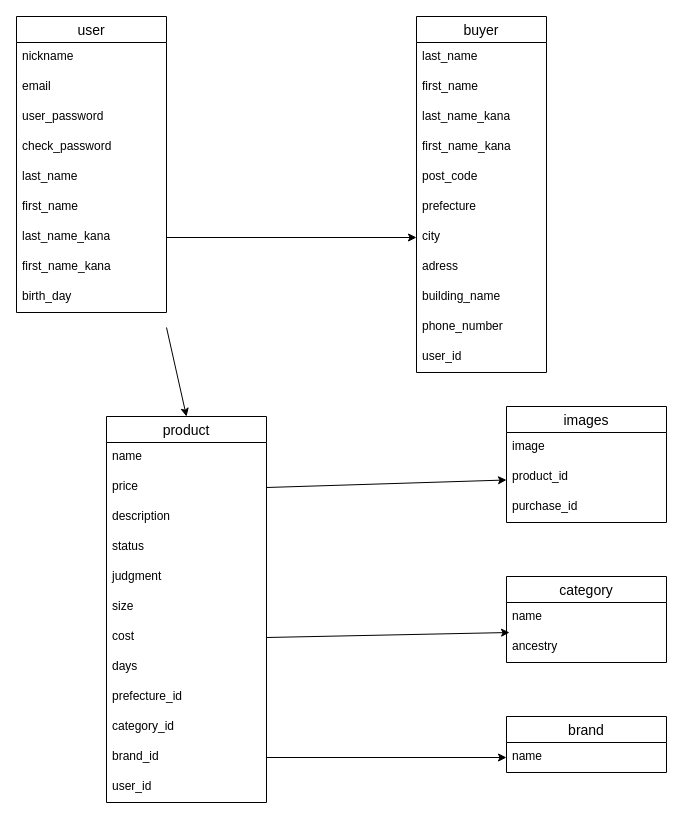
Before: ER.dio in Takamiti-58/furima-32130, a draw.io diagram. Source tidied: cells renumbered, new cells numbered last; positions are measured from the earlier drawing's top-left corner, leaving out a move shared by most shapes. Both pictures are drawn from the tidied source at 100%, with x=0, y=0 at pixel (16, 16).
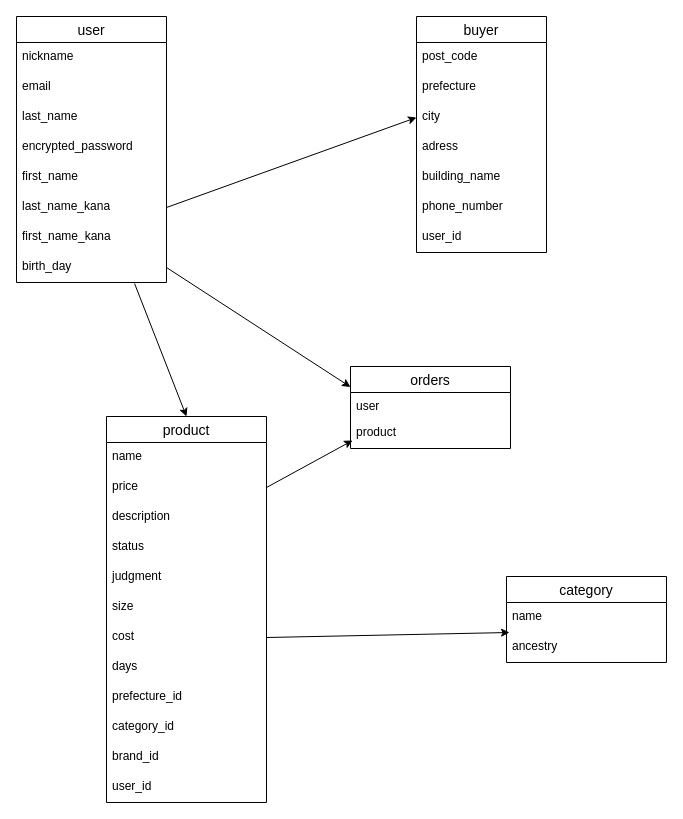
The same page after the edit.

Commit message (it also covers changes not shown here):
テーブル修正４

Unchanged cells that the change refers to:
```xml
<mxCell id="24" value="product" style="swimlane;fontStyle=0;horizontal=1;startSize=26;align=center;fontSize=14;" parent="1" vertex="1">
  <mxGeometry x="90" y="400" width="160" height="386" as="geometry" />
</mxCell>
<mxCell id="26" value="price" style="text;strokeColor=none;fillColor=none;spacingLeft=4;spacingRight=4;overflow=hidden;points=[[0,0.5],[1,0.5]];portConstraint=eastwest;fontSize=12;" parent="24" vertex="1">
  <mxGeometry y="56" width="160" height="30" as="geometry" />
</mxCell>
<mxCell id="35" value="brand_id" style="text;strokeColor=none;fillColor=none;spacingLeft=4;spacingRight=4;overflow=hidden;points=[[0,0.5],[1,0.5]];portConstraint=eastwest;fontSize=12;" parent="24" vertex="1">
  <mxGeometry y="326" width="160" height="30" as="geometry" />
</mxCell>
```

What changed in the source:
```diff
@@
     <mxCell id="2" value="user" style="swimlane;fontStyle=0;horizontal=1;startSize=26;align=center;fontSize=14;" parent="1" vertex="1">
-      <mxGeometry width="150" height="296" as="geometry" />
+      <mxGeometry width="150" height="266" as="geometry" />
     </mxCell>
@@
-    <mxCell id="5" value="user_password" style="text;strokeColor=none;fillColor=none;spacingLeft=4;spacingRight=4;overflow=hidden;fontSize=12;" parent="2" vertex="1">
-      <mxGeometry y="86" width="150" height="30" as="geometry" />
-    </mxCell>
-    <mxCell id="6" value="check_password" style="text;strokeColor=none;fillColor=none;spacingLeft=4;spacingRight=4;overflow=hidden;fontSize=12;" parent="2" vertex="1">
-      <mxGeometry y="116" width="150" height="30" as="geometry" />
-    </mxCell>
     <mxCell id="7" value="last_name" style="text;strokeColor=none;fillColor=none;spacingLeft=4;spacingRight=4;overflow=hidden;fontSize=12;" parent="2" vertex="1">
-      <mxGeometry y="146" width="150" height="30" as="geometry" />
+      <mxGeometry y="86" width="150" height="30" as="geometry" />
     </mxCell>
+    <mxCell id="52" value="encrypted_password" style="text;strokeColor=none;fillColor=none;spacingLeft=4;spacingRight=4;overflow=hidden;fontSize=12;" parent="2" vertex="1">
+      <mxGeometry y="116" width="150" height="30" as="geometry" />
+    </mxCell>
     <mxCell id="8" value="first_name" style="text;strokeColor=none;fillColor=none;spacingLeft=4;spacingRight=4;overflow=hidden;fontSize=12;" parent="2" vertex="1">
-      <mxGeometry y="176" width="150" height="30" as="geometry" />
+      <mxGeometry y="146" width="150" height="30" as="geometry" />
     </mxCell>
     <mxCell id="9" value="last_name_kana" style="text;strokeColor=none;fillColor=none;spacingLeft=4;spacingRight=4;overflow=hidden;points=[[0,0.5],[1,0.5]];portConstraint=eastwest;fontSize=12;" parent="2" vertex="1">
-      <mxGeometry y="206" width="150" height="30" as="geometry" />
+      <mxGeometry y="176" width="150" height="30" as="geometry" />
     </mxCell>
     <mxCell id="10" value="first_name_kana" style="text;strokeColor=none;fillColor=none;spacingLeft=4;spacingRight=4;overflow=hidden;fontSize=12;" parent="2" vertex="1">
-      <mxGeometry y="236" width="150" height="30" as="geometry" />
+      <mxGeometry y="206" width="150" height="30" as="geometry" />
     </mxCell>
     <mxCell id="11" value="birth_day" style="text;strokeColor=none;fillColor=none;spacingLeft=4;spacingRight=4;overflow=hidden;points=[[0,0.5],[1,0.5]];portConstraint=eastwest;fontSize=12;" parent="2" vertex="1">
-      <mxGeometry y="266" width="150" height="30" as="geometry" />
+      <mxGeometry y="236" width="150" height="30" as="geometry" />
     </mxCell>
     <mxCell id="12" value="buyer" style="swimlane;fontStyle=0;horizontal=1;startSize=26;align=center;fontSize=14;" parent="1" vertex="1">
-      <mxGeometry x="400" width="130" height="356" as="geometry" />
+      <mxGeometry x="400" width="130" height="236" as="geometry" />
     </mxCell>
-    <mxCell id="13" value="last_name" style="text;strokeColor=none;fillColor=none;spacingLeft=4;spacingRight=4;overflow=hidden;fontSize=12;" parent="12" vertex="1">
-      <mxGeometry y="26" width="130" height="30" as="geometry" />
-    </mxCell>
-    <mxCell id="14" value="first_name" style="text;strokeColor=none;fillColor=none;spacingLeft=4;spacingRight=4;overflow=hidden;fontSize=12;" parent="12" vertex="1">
-      <mxGeometry y="56" width="130" height="30" as="geometry" />
-    </mxCell>
-    <mxCell id="15" value="last_name_kana" style="text;strokeColor=none;fillColor=none;spacingLeft=4;spacingRight=4;overflow=hidden;fontSize=12;" parent="12" vertex="1">
-      <mxGeometry y="86" width="130" height="30" as="geometry" />
-    </mxCell>
-    <mxCell id="16" value="first_name_kana" style="text;strokeColor=none;fillColor=none;spacingLeft=4;spacingRight=4;overflow=hidden;fontSize=12;" parent="12" vertex="1">
-      <mxGeometry y="116" width="130" height="30" as="geometry" />
-    </mxCell>
     <mxCell id="17" value="post_code" style="text;strokeColor=none;fillColor=none;spacingLeft=4;spacingRight=4;overflow=hidden;fontSize=12;" parent="12" vertex="1">
-      <mxGeometry y="146" width="130" height="30" as="geometry" />
+      <mxGeometry y="26" width="130" height="30" as="geometry" />
     </mxCell>
     <mxCell id="18" value="prefecture" style="text;strokeColor=none;fillColor=none;spacingLeft=4;spacingRight=4;overflow=hidden;fontSize=12;" parent="12" vertex="1">
-      <mxGeometry y="176" width="130" height="30" as="geometry" />
+      <mxGeometry y="56" width="130" height="30" as="geometry" />
     </mxCell>
     <mxCell id="19" value="city" style="text;strokeColor=none;fillColor=none;spacingLeft=4;spacingRight=4;overflow=hidden;points=[[0,0.5],[1,0.5]];portConstraint=eastwest;fontSize=12;" parent="12" vertex="1">
-      <mxGeometry y="206" width="130" height="30" as="geometry" />
+      <mxGeometry y="86" width="130" height="30" as="geometry" />
     </mxCell>
     <mxCell id="20" value="adress" style="text;strokeColor=none;fillColor=none;spacingLeft=4;spacingRight=4;overflow=hidden;fontSize=12;" parent="12" vertex="1">
-      <mxGeometry y="236" width="130" height="30" as="geometry" />
+      <mxGeometry y="116" width="130" height="30" as="geometry" />
     </mxCell>
     <mxCell id="21" value="building_name" style="text;strokeColor=none;fillColor=none;spacingLeft=4;spacingRight=4;overflow=hidden;fontSize=12;" parent="12" vertex="1">
-      <mxGeometry y="266" width="130" height="30" as="geometry" />
+      <mxGeometry y="146" width="130" height="30" as="geometry" />
     </mxCell>
     <mxCell id="22" value="phone_number" style="text;strokeColor=none;fillColor=none;spacingLeft=4;spacingRight=4;overflow=hidden;fontSize=12;" parent="12" vertex="1">
-      <mxGeometry y="296" width="130" height="30" as="geometry" />
+      <mxGeometry y="176" width="130" height="30" as="geometry" />
     </mxCell>
     <mxCell id="23" value="user_id" style="text;strokeColor=none;fillColor=none;spacingLeft=4;spacingRight=4;overflow=hidden;fontSize=12;" parent="12" vertex="1">
-      <mxGeometry y="326" width="130" height="30" as="geometry" />
+      <mxGeometry y="206" width="130" height="30" as="geometry" />
     </mxCell>
@@
-    <mxCell id="40" style="edgeStyle=orthogonalEdgeStyle;rounded=0;orthogonalLoop=1;jettySize=auto;html=1;exitX=0.5;exitY=0;exitDx=0;exitDy=0;entryX=0.419;entryY=-0.009;entryDx=0;entryDy=0;entryPerimeter=0;" parent="1" edge="1" source="41" target="41">
-      <mxGeometry relative="1" as="geometry" />
-    </mxCell>
-    <mxCell id="41" value="images" style="swimlane;fontStyle=0;horizontal=1;startSize=26;align=center;fontSize=14;" parent="1" vertex="1">
-      <mxGeometry x="490" y="390" width="160" height="116" as="geometry" />
-    </mxCell>
-    <mxCell id="42" value="image" style="text;strokeColor=none;fillColor=none;spacingLeft=4;spacingRight=4;overflow=hidden;fontSize=12;" parent="41" vertex="1">
-      <mxGeometry y="26" width="160" height="30" as="geometry" />
-    </mxCell>
-    <mxCell id="43" value="product_id" style="text;strokeColor=none;fillColor=none;spacingLeft=4;spacingRight=4;overflow=hidden;points=[[0,0.5],[1,0.5]];portConstraint=eastwest;fontSize=12;" parent="41" vertex="1">
-      <mxGeometry y="56" width="160" height="30" as="geometry" />
-    </mxCell>
-    <mxCell id="44" value="purchase_id" style="text;strokeColor=none;fillColor=none;spacingLeft=4;spacingRight=4;overflow=hidden;fontSize=12;" parent="41" vertex="1">
-      <mxGeometry y="86" width="160" height="30" as="geometry" />
-    </mxCell>
-    <mxCell id="45" value="brand" style="swimlane;fontStyle=0;horizontal=1;startSize=26;align=center;fontSize=14;" parent="1" vertex="1">
-      <mxGeometry x="490" y="700" width="160" height="56" as="geometry" />
-    </mxCell>
-    <mxCell id="46" value="name" style="text;strokeColor=none;fillColor=none;spacingLeft=4;spacingRight=4;overflow=hidden;points=[[0,0.5],[1,0.5]];portConstraint=eastwest;fontSize=12;" parent="45" vertex="1">
-      <mxGeometry y="26" width="160" height="30" as="geometry" />
-    </mxCell>
@@
-    <mxCell id="48" style="edgeStyle=none;rounded=0;jettySize=auto;html=1;exitX=1;exitY=0.5;exitDx=0;exitDy=0;" parent="1" edge="1" source="26" target="43">
-      <mxGeometry relative="1" as="geometry" />
-    </mxCell>
@@
-    <mxCell id="50" style="edgeStyle=none;rounded=0;jettySize=auto;html=1;exitX=1;exitY=0.5;exitDx=0;exitDy=0;entryX=0;entryY=0.5;entryDx=0;entryDy=0;" parent="1" edge="1" source="35" target="46">
-      <mxGeometry relative="1" as="geometry" />
-    </mxCell>
-    <mxCell id="51" style="edgeStyle=none;rounded=0;jettySize=auto;html=1;exitX=1;exitY=0.5;exitDx=0;exitDy=0;entryX=0.5;entryY=0;entryDx=0;entryDy=0;" parent="1" edge="1" target="24">
-      <mxGeometry relative="1" as="geometry">
-        <mxPoint x="150" y="311" as="sourcePoint" />
-      </mxGeometry>
+    <mxCell id="51" style="edgeStyle=none;rounded=0;jettySize=auto;html=1;entryX=0.5;entryY=0;entryDx=0;entryDy=0;exitX=0.787;exitY=1.033;exitDx=0;exitDy=0;exitPerimeter=0;" parent="1" edge="1" source="11" target="24">
+      <mxGeometry relative="1" as="geometry" />
     </mxCell>
+    <mxCell id="53" value="orders" style="swimlane;fontStyle=0;horizontal=1;startSize=26;align=center;fontSize=14;" parent="1" vertex="1">
+      <mxGeometry x="334" y="350" width="160" height="82" as="geometry" />
+    </mxCell>
+    <mxCell id="54" value="user" style="text;strokeColor=none;fillColor=none;spacingLeft=4;spacingRight=4;overflow=hidden;fontSize=12;" parent="53" vertex="1">
+      <mxGeometry y="26" width="160" height="26" as="geometry" />
+    </mxCell>
+    <mxCell id="55" value="product" style="text;strokeColor=none;fillColor=none;spacingLeft=4;spacingRight=4;overflow=hidden;points=[[0,0.5],[1,0.5]];portConstraint=eastwest;fontSize=12;" parent="53" vertex="1">
+      <mxGeometry y="52" width="160" height="30" as="geometry" />
+    </mxCell>
+    <mxCell id="56" style="edgeStyle=none;rounded=0;jettySize=auto;html=1;exitX=1;exitY=0.5;exitDx=0;exitDy=0;entryX=0.013;entryY=0.733;entryDx=0;entryDy=0;entryPerimeter=0;" parent="1" edge="1" source="26" target="55">
+      <mxGeometry relative="1" as="geometry" />
+    </mxCell>
+    <mxCell id="57" style="edgeStyle=none;rounded=0;jettySize=auto;html=1;exitX=1;exitY=0.5;exitDx=0;exitDy=0;entryX=0;entryY=0.25;entryDx=0;entryDy=0;" parent="1" edge="1" source="11" target="53">
+      <mxGeometry relative="1" as="geometry" />
+    </mxCell>
```
